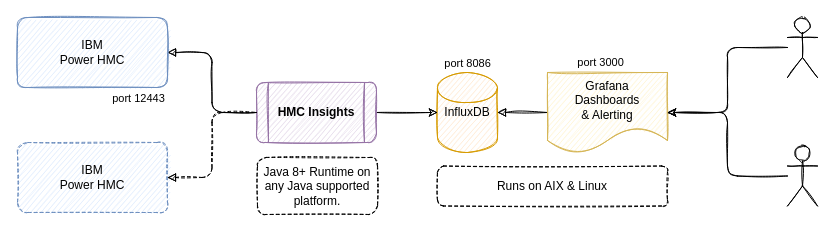
The draw.io diagram doc/HMCi.drawio in mnellemann/hmci, before the edit. Source tidied: cells renumbered, new cells numbered last; positions are measured from the earlier drawing's top-left corner, leaving out a move shared by most shapes. Both pictures are drawn from the tidied source at 100%, with x=0, y=0 at pixel (17, 17).
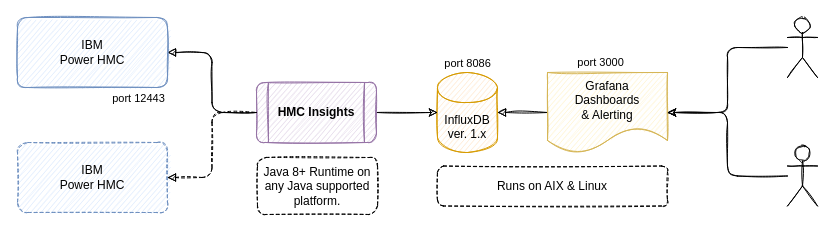
The same diagram, later.

Change to the diagram source:
```diff
@@
-    <mxCell id="3" value="InfluxDB" style="shape=cylinder2;whiteSpace=wrap;html=1;boundedLbl=1;backgroundOutline=1;size=15;fillColor=#ffe6cc;strokeColor=#d79b00;sketch=1;" parent="1" vertex="1">
+    <mxCell id="3" value="&lt;br&gt;&lt;br&gt;InfluxDB&lt;br&gt;ver. 1.x" style="shape=cylinder2;whiteSpace=wrap;html=1;boundedLbl=1;backgroundOutline=1;size=15;fillColor=#ffe6cc;strokeColor=#d79b00;sketch=1;" parent="1" vertex="1">
       <mxGeometry x="420" y="55" width="60" height="80" as="geometry" />
     </mxCell>
```
